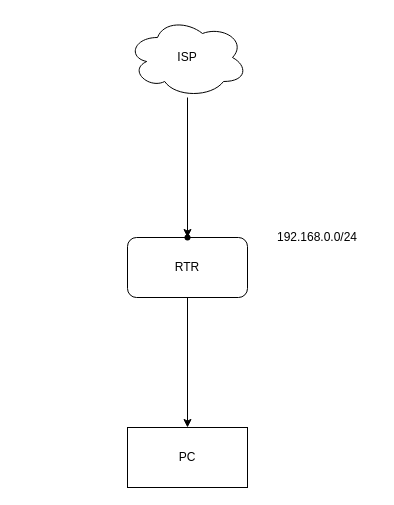
This is Диаграмма без названия.drawio from KrivenkoIIlya/petrocollege, a draw.io file, before an edit. Source tidied: cells renumbered, new cells numbered last; positions are measured from the earlier drawing's top-left corner, leaving out a move shared by most shapes. Both pictures are drawn from the tidied source at 100%, with x=0, y=0 at pixel (127, 17).
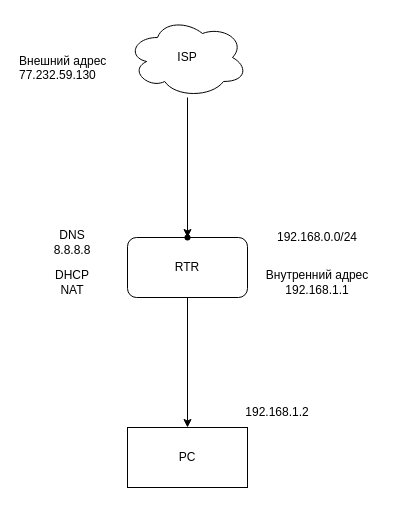
Above is the later version.

Change to the diagram source:
```diff
@@
 <mxGraphModel>
   <root>
     <mxCell id="0" />
     <mxCell id="1" parent="0" />
     <mxCell id="2" value="ISP" style="ellipse;shape=cloud;whiteSpace=wrap;html=1;" parent="1" vertex="1">
       <mxGeometry width="120" height="80" as="geometry" />
     </mxCell>
     <mxCell id="3" style="edgeStyle=orthogonalEdgeStyle;rounded=0;jettySize=auto;html=1;" parent="1" edge="1" source="4" target="5">
       <mxGeometry relative="1" as="geometry" />
     </mxCell>
     <mxCell id="4" value="RTR" style="rounded=1;whiteSpace=wrap;html=1;" parent="1" vertex="1">
       <mxGeometry y="220" width="120" height="60" as="geometry" />
     </mxCell>
     <mxCell id="5" value="PC" style="rounded=0;whiteSpace=wrap;html=1;" parent="1" vertex="1">
       <mxGeometry y="410" width="120" height="60" as="geometry" />
     </mxCell>
     <mxCell id="6" style="shape=waypoint;sketch=0;size=6;points=[];fillColor=default;perimeter=centerPerimeter;snapToPoint=1;" parent="1" vertex="1">
       <mxGeometry x="50" y="210" width="20" height="20" as="geometry" />
     </mxCell>
     <mxCell id="7" style="edgeStyle=orthogonalEdgeStyle;rounded=0;jettySize=auto;html=1;entryX=1.062;entryY=1.031;entryDx=0;entryDy=0;entryPerimeter=0;" parent="1" edge="1" source="2" target="6">
       <mxGeometry relative="1" as="geometry" />
     </mxCell>
     <mxCell id="8" value="192.168.0.0/24" style="text;html=1;align=center;verticalAlign=middle;whiteSpace=wrap;rounded=0;" parent="1" vertex="1">
       <mxGeometry x="160" y="205" width="60" height="30" as="geometry" />
     </mxCell>
+    <mxCell id="9" value="DHCP&lt;div&gt;NAT&lt;/div&gt;" style="text;html=1;align=center;verticalAlign=middle;whiteSpace=wrap;rounded=0;" parent="1" vertex="1">
+      <mxGeometry x="-85" y="250" width="60" height="30" as="geometry" />
+    </mxCell>
+    <mxCell id="10" value="Внутренний адрес 192.168.1.1" style="text;html=1;align=center;verticalAlign=middle;whiteSpace=wrap;rounded=0;" parent="1" vertex="1">
+      <mxGeometry x="130" y="250" width="120" height="30" as="geometry" />
+    </mxCell>
+    <mxCell id="11" value="192.168.1.2" style="text;html=1;align=center;verticalAlign=middle;whiteSpace=wrap;rounded=0;" parent="1" vertex="1">
+      <mxGeometry x="120" y="380" width="60" height="30" as="geometry" />
+    </mxCell>
+    <mxCell id="12" value="Внешний адрес 77.232.59.130" style="text;whiteSpace=wrap;" parent="1" vertex="1">
+      <mxGeometry x="-110" y="30" width="110" height="40" as="geometry" />
+    </mxCell>
+    <mxCell id="13" value="DNS&lt;div&gt;8.8.8.8&lt;/div&gt;" style="text;html=1;align=center;verticalAlign=middle;whiteSpace=wrap;rounded=0;" parent="1" vertex="1">
+      <mxGeometry x="-85" y="210" width="60" height="30" as="geometry" />
+    </mxCell>
   </root>
 </mxGraphModel>
```
